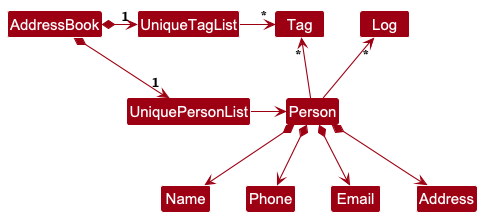
This is docs/images/BetterModelClassDiagram.png from nus-cs2103-AY2425S1/tp, a PlantUML export, as it was before one commit.
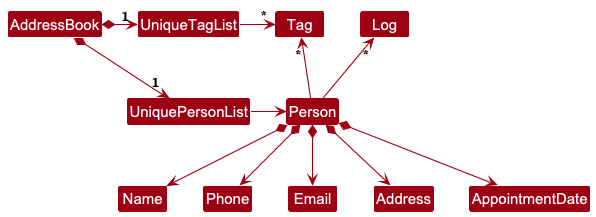
After the change.

Commit message:
docs: update better model class diagram with Appt. Date

Diff of the diagram source:
```diff
@@ -20,4 +20,5 @@
 Person *--> Phone
 Person *--> Email
 Person *--> Address
+Person *--> AppointmentDate
 @enduml
```
